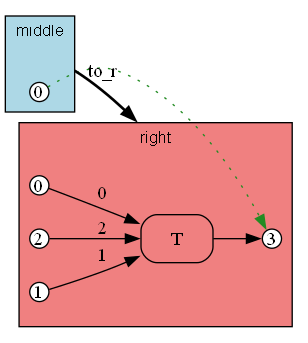
The Graphviz diagram crates/bhyp/images/test_copy_subst_commute/path2_shared_span_for_copy_T_to_r.png in ammatsui/bhypvis, before a commit. Its source is kept beside it as crates/bhyp/images/test_copy_subst_commute/path2_shared_span_for_copy_T_to_r.dot.
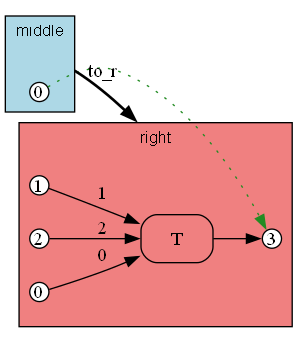
Later version of the same file.

Diff of the diagram source:
```diff
@@ -23,10 +23,10 @@
     fontname="Helvetica";
     fontsize=12;
 
+    cod_n0 [label="0", shape=circle, style=filled, fillcolor=white, color="black", width=0.2, height=0.2, fixedsize=true];
+    cod_n2 [label="2", shape=circle, style=filled, fillcolor=white, color="black", width=0.2, height=0.2, fixedsize=true];
     cod_n3 [label="3", shape=circle, style=filled, fillcolor=white, color="black", width=0.2, height=0.2, fixedsize=true];
     cod_n1 [label="1", shape=circle, style=filled, fillcolor=white, color="black", width=0.2, height=0.2, fixedsize=true];
-    cod_n2 [label="2", shape=circle, style=filled, fillcolor=white, color="black", width=0.2, height=0.2, fixedsize=true];
-    cod_n0 [label="0", shape=circle, style=filled, fillcolor=white, color="black", width=0.2, height=0.2, fixedsize=true];
     cod_e0 [label="T", shape=box, style=rounded, color="black"];
     cod_n0 -> cod_e0 [label="0"];
     cod_n1 -> cod_e0 [label="1"];
```
